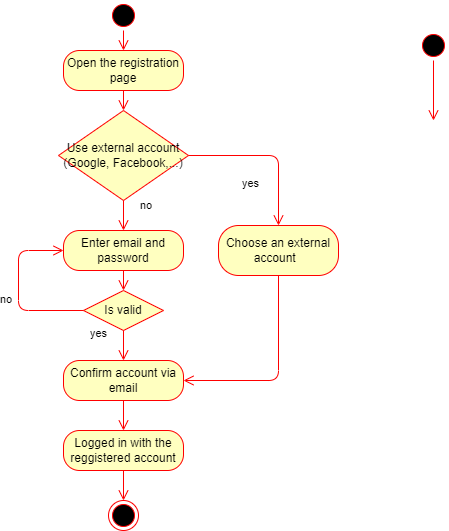
Above: RegisterAD.drawio.png in huetruong100802/WebsiteXemPhim (draw.io), before the change. Source tidied: cells renumbered, new cells last; positions are measured from the earlier drawing's top-left corner, leaving out a move shared by most shapes. The source it was exported from:
```xml
<mxGraphModel>
  <root>
    <mxCell id="0" />
    <mxCell id="1" parent="0" />
    <mxCell id="2" style="ellipse;html=1;shape=startState;fillColor=#000000;strokeColor=#ff0000;" parent="1" vertex="1">
      <mxGeometry x="90" width="30" height="30" as="geometry" />
    </mxCell>
    <mxCell id="3" style="edgeStyle=orthogonalEdgeStyle;html=1;verticalAlign=bottom;endArrow=open;endSize=8;strokeColor=#ff0000;entryX=0.5;entryY=0;entryDx=0;entryDy=0;" parent="1" edge="1" source="2" target="4">
      <mxGeometry relative="1" as="geometry" />
    </mxCell>
    <mxCell id="4" value="Open the registration page" style="rounded=1;whiteSpace=wrap;html=1;arcSize=40;fontColor=#000000;fillColor=#ffffc0;strokeColor=#ff0000;" parent="1" vertex="1">
      <mxGeometry x="45" y="50" width="120" height="40" as="geometry" />
    </mxCell>
    <mxCell id="5" style="edgeStyle=orthogonalEdgeStyle;html=1;verticalAlign=bottom;endArrow=open;endSize=8;strokeColor=#ff0000;entryX=0.5;entryY=0;entryDx=0;entryDy=0;" parent="1" edge="1" source="4" target="6">
      <mxGeometry relative="1" as="geometry" />
    </mxCell>
    <mxCell id="6" value="Use external account&lt;br&gt;(Google, Facebook,...)" style="rhombus;whiteSpace=wrap;html=1;fillColor=#ffffc0;strokeColor=#ff0000;" parent="1" vertex="1">
      <mxGeometry x="40" y="110" width="130" height="90" as="geometry" />
    </mxCell>
    <mxCell id="7" value="no" style="edgeStyle=orthogonalEdgeStyle;html=1;align=left;verticalAlign=bottom;endArrow=open;endSize=8;strokeColor=#ff0000;entryX=0.5;entryY=0;entryDx=0;entryDy=0;" parent="1" edge="1" source="6" target="9">
      <mxGeometry y="15" relative="1" as="geometry">
        <mxPoint y="-1" as="offset" />
      </mxGeometry>
    </mxCell>
    <mxCell id="8" value="yes" style="edgeStyle=orthogonalEdgeStyle;html=1;align=left;verticalAlign=top;endArrow=open;endSize=8;strokeColor=#ff0000;entryX=0.5;entryY=0;entryDx=0;entryDy=0;exitX=1;exitY=0.5;exitDx=0;exitDy=0;" parent="1" edge="1" source="6" target="11">
      <mxGeometry x="-0.33" y="-15" relative="1" as="geometry">
        <Array as="points">
          <mxPoint x="260" y="155" />
        </Array>
        <mxPoint x="-1" as="offset" />
      </mxGeometry>
    </mxCell>
    <mxCell id="9" value="Enter email and password" style="rounded=1;whiteSpace=wrap;html=1;arcSize=40;fontColor=#000000;fillColor=#ffffc0;strokeColor=#ff0000;" parent="1" vertex="1">
      <mxGeometry x="45" y="230" width="120" height="40" as="geometry" />
    </mxCell>
    <mxCell id="10" style="edgeStyle=orthogonalEdgeStyle;html=1;verticalAlign=bottom;endArrow=open;endSize=8;strokeColor=#ff0000;entryX=0.5;entryY=0;entryDx=0;entryDy=0;" parent="1" edge="1" source="9" target="13">
      <mxGeometry relative="1" as="geometry" />
    </mxCell>
    <mxCell id="11" value="Choose an external account&amp;nbsp;&amp;nbsp;" style="rounded=1;whiteSpace=wrap;html=1;arcSize=40;fontColor=#000000;fillColor=#ffffc0;strokeColor=#ff0000;" parent="1" vertex="1">
      <mxGeometry x="200" y="225" width="120" height="50" as="geometry" />
    </mxCell>
    <mxCell id="12" style="edgeStyle=orthogonalEdgeStyle;html=1;verticalAlign=bottom;endArrow=open;endSize=8;strokeColor=#ff0000;entryX=1;entryY=0.5;entryDx=0;entryDy=0;exitX=0.5;exitY=1;exitDx=0;exitDy=0;" parent="1" edge="1" source="11" target="16">
      <mxGeometry relative="1" as="geometry">
        <Array as="points">
          <mxPoint x="260" y="380" />
        </Array>
      </mxGeometry>
    </mxCell>
    <mxCell id="13" value="Is valid" style="rhombus;whiteSpace=wrap;html=1;fillColor=#ffffc0;strokeColor=#ff0000;" parent="1" vertex="1">
      <mxGeometry x="65" y="290" width="80" height="40" as="geometry" />
    </mxCell>
    <mxCell id="14" value="no" style="edgeStyle=orthogonalEdgeStyle;html=1;align=left;verticalAlign=bottom;endArrow=open;endSize=8;strokeColor=#ff0000;entryX=0;entryY=0.5;entryDx=0;entryDy=0;exitX=0;exitY=0.5;exitDx=0;exitDy=0;" parent="1" edge="1" source="13" target="9">
      <mxGeometry x="-0.22" y="20" relative="1" as="geometry">
        <Array as="points">
          <mxPoint y="310" />
          <mxPoint y="250" />
        </Array>
      </mxGeometry>
    </mxCell>
    <mxCell id="15" value="yes" style="edgeStyle=orthogonalEdgeStyle;html=1;align=left;verticalAlign=top;endArrow=open;endSize=8;strokeColor=#ff0000;entryX=0.5;entryY=0;entryDx=0;entryDy=0;" parent="1" edge="1" source="13" target="16">
      <mxGeometry x="-1" y="-36" relative="1" as="geometry">
        <mxPoint x="1" y="-10" as="offset" />
      </mxGeometry>
    </mxCell>
    <mxCell id="16" value="Confirm account via email" style="rounded=1;whiteSpace=wrap;html=1;arcSize=40;fontColor=#000000;fillColor=#ffffc0;strokeColor=#ff0000;" parent="1" vertex="1">
      <mxGeometry x="45" y="360" width="120" height="40" as="geometry" />
    </mxCell>
    <mxCell id="17" style="edgeStyle=orthogonalEdgeStyle;html=1;verticalAlign=bottom;endArrow=open;endSize=8;strokeColor=#ff0000;" parent="1" edge="1" source="16" target="18">
      <mxGeometry relative="1" as="geometry" />
    </mxCell>
    <mxCell id="18" value="Logged in with the reggistered account" style="rounded=1;whiteSpace=wrap;html=1;arcSize=40;fontColor=#000000;fillColor=#ffffc0;strokeColor=#ff0000;" parent="1" vertex="1">
      <mxGeometry x="45" y="430" width="120" height="40" as="geometry" />
    </mxCell>
    <mxCell id="19" style="edgeStyle=orthogonalEdgeStyle;html=1;verticalAlign=bottom;endArrow=open;endSize=8;strokeColor=#ff0000;rounded=0;entryX=0.5;entryY=0;entryDx=0;entryDy=0;" parent="1" edge="1" source="18" target="20">
      <mxGeometry relative="1" as="geometry" />
    </mxCell>
    <mxCell id="20" style="ellipse;html=1;shape=endState;fillColor=#000000;strokeColor=#ff0000;" parent="1" vertex="1">
      <mxGeometry x="90" y="500" width="30" height="30" as="geometry" />
    </mxCell>
    <mxCell id="21" style="ellipse;html=1;shape=startState;fillColor=#000000;strokeColor=#ff0000;" parent="1" vertex="1">
      <mxGeometry x="400" y="30" width="30" height="30" as="geometry" />
    </mxCell>
    <mxCell id="22" style="edgeStyle=orthogonalEdgeStyle;html=1;verticalAlign=bottom;endArrow=open;endSize=8;strokeColor=#ff0000;rounded=0;" parent="1" edge="1" source="21">
      <mxGeometry relative="1" as="geometry">
        <mxPoint x="415" y="120" as="targetPoint" />
      </mxGeometry>
    </mxCell>
  </root>
</mxGraphModel>
```
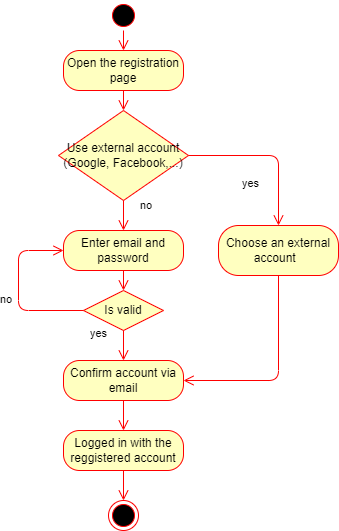
Later version of the same file.

Commit message:
Cập nhật RegisterAD.drawio.png

What changed in the source:
```diff
@@ -77,13 +77,5 @@
     <mxCell id="20" style="ellipse;html=1;shape=endState;fillColor=#000000;strokeColor=#ff0000;" parent="1" vertex="1">
       <mxGeometry x="90" y="500" width="30" height="30" as="geometry" />
     </mxCell>
-    <mxCell id="21" style="ellipse;html=1;shape=startState;fillColor=#000000;strokeColor=#ff0000;" parent="1" vertex="1">
-      <mxGeometry x="400" y="30" width="30" height="30" as="geometry" />
-    </mxCell>
-    <mxCell id="22" style="edgeStyle=orthogonalEdgeStyle;html=1;verticalAlign=bottom;endArrow=open;endSize=8;strokeColor=#ff0000;rounded=0;" parent="1" edge="1" source="21">
-      <mxGeometry relative="1" as="geometry">
-        <mxPoint x="415" y="120" as="targetPoint" />
-      </mxGeometry>
-    </mxCell>
   </root>
 </mxGraphModel>
```
